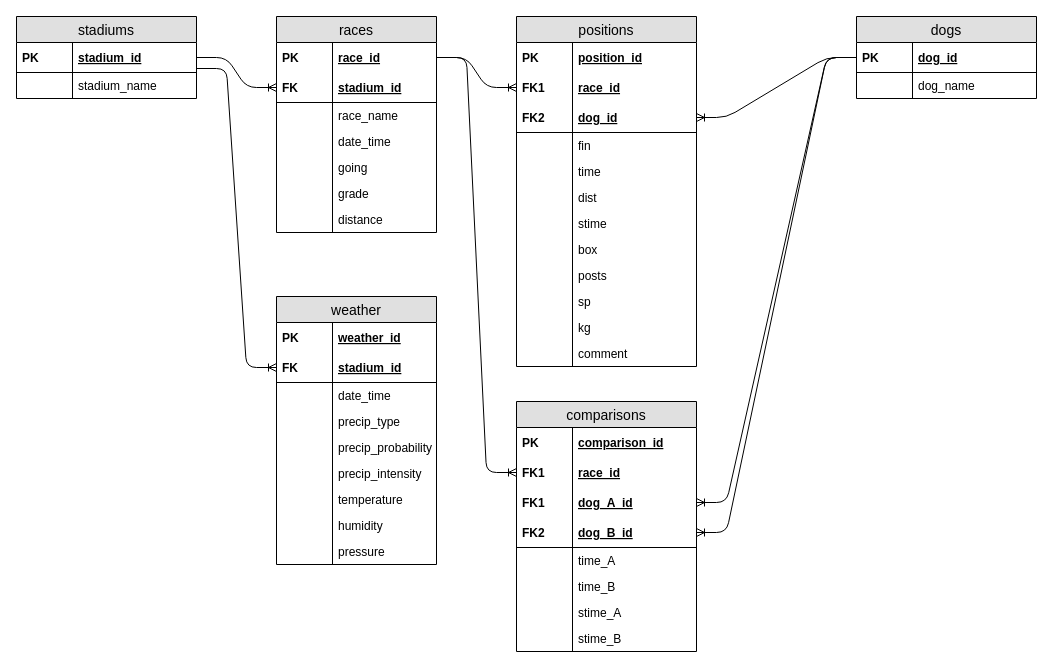
The draw.io diagram database/greyound.drawio in tonyjward/dogs, before the edit. Source tidied: cells renumbered, new cells numbered last; positions are measured from the earlier drawing's top-left corner, leaving out a move shared by most shapes. Both pictures are drawn from the tidied source at 100%, with x=0, y=0 at pixel (16, 16).
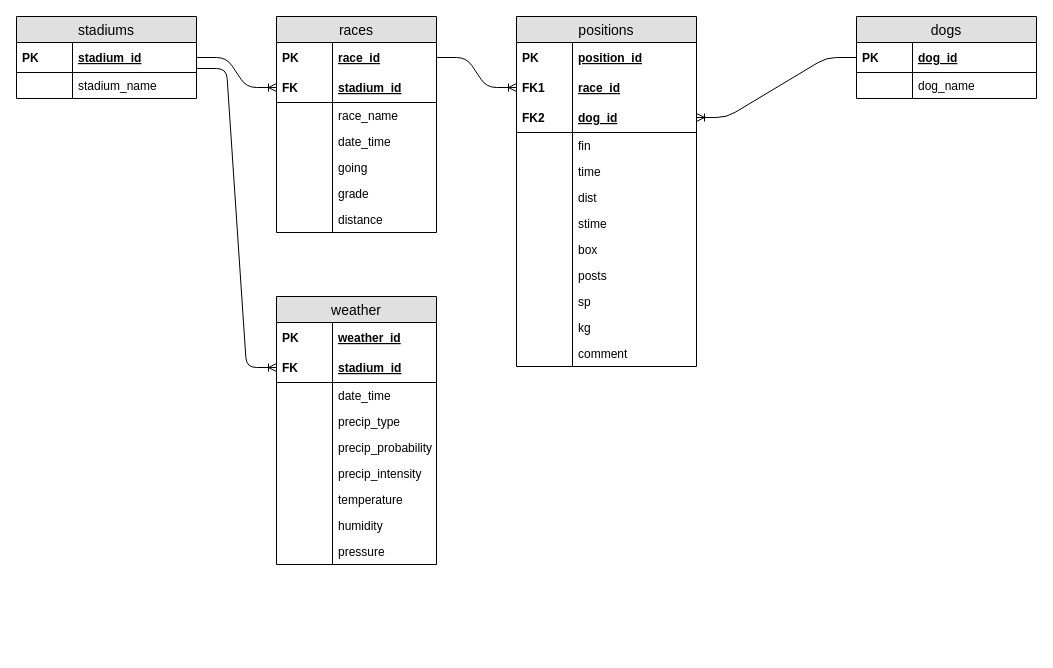
After the change.

Unchanged cells that the change refers to:
```xml
<mxCell id="11" value="dog_id" style="shape=partialRectangle;top=0;left=0;right=0;bottom=1;align=left;verticalAlign=middle;fillColor=none;spacingLeft=60;spacingRight=4;overflow=hidden;points=[[0,0.5],[1,0.5]];portConstraint=eastwest;fontStyle=5;fontSize=12;" parent="10" vertex="1">
  <mxGeometry y="26" width="180" height="30" as="geometry" />
</mxCell>
<mxCell id="21" value="race_id" style="shape=partialRectangle;top=0;left=0;right=0;bottom=0;align=left;verticalAlign=middle;fillColor=none;spacingLeft=60;spacingRight=4;overflow=hidden;points=[[0,0.5],[1,0.5]];portConstraint=eastwest;fontStyle=5;fontSize=12;" parent="20" vertex="1">
  <mxGeometry y="26" width="160" height="30" as="geometry" />
</mxCell>
```

The edit, as a diff of the source:
```diff
@@
-    <mxCell id="7" style="edgeStyle=entityRelationEdgeStyle;fontSize=12;html=1;endArrow=ERoneToMany;" parent="1" edge="1" source="21" target="63">
-      <mxGeometry relative="1" as="geometry" />
-    </mxCell>
-    <mxCell id="8" style="edgeStyle=entityRelationEdgeStyle;fontSize=12;html=1;endArrow=ERoneToMany;" parent="1" edge="1" source="11" target="65">
-      <mxGeometry relative="1" as="geometry" />
-    </mxCell>
-    <mxCell id="9" style="edgeStyle=entityRelationEdgeStyle;fontSize=12;html=1;endArrow=ERoneToMany;" parent="1" edge="1" source="11" target="67">
-      <mxGeometry relative="1" as="geometry" />
-    </mxCell>
@@
-    <mxCell id="60" value="comparisons" style="swimlane;fontStyle=0;horizontal=1;startSize=26;fillColor=#e0e0e0;swimlaneFillColor=#ffffff;align=center;fontSize=14;" parent="1" vertex="1">
-      <mxGeometry x="500" y="385" width="180" height="250" as="geometry" />
-    </mxCell>
-    <mxCell id="61" value="comparison_id" style="shape=partialRectangle;top=0;left=0;right=0;bottom=0;align=left;verticalAlign=middle;fillColor=none;spacingLeft=60;spacingRight=4;overflow=hidden;fontStyle=5;fontSize=12;" parent="60" vertex="1">
-      <mxGeometry y="26" width="180" height="30" as="geometry" />
-    </mxCell>
-    <mxCell id="62" value="PK" style="shape=partialRectangle;fontStyle=1;top=0;left=0;bottom=0;fillColor=none;align=left;verticalAlign=middle;spacingLeft=4;spacingRight=4;overflow=hidden;fontSize=12;" parent="61" vertex="1">
-      <mxGeometry width="56" height="30" as="geometry" />
-    </mxCell>
-    <mxCell id="63" value="race_id" style="shape=partialRectangle;top=0;left=0;right=0;bottom=0;align=left;verticalAlign=middle;fillColor=none;spacingLeft=60;spacingRight=4;overflow=hidden;points=[[0,0.5],[1,0.5]];portConstraint=eastwest;fontStyle=5;fontSize=12;" parent="60" vertex="1">
-      <mxGeometry y="56" width="180" height="30" as="geometry" />
-    </mxCell>
-    <mxCell id="64" value="FK1" style="shape=partialRectangle;fontStyle=1;top=0;left=0;bottom=0;fillColor=none;align=left;verticalAlign=middle;spacingLeft=4;spacingRight=4;overflow=hidden;fontSize=12;" parent="63" vertex="1">
-      <mxGeometry width="56" height="30" as="geometry" />
-    </mxCell>
-    <mxCell id="65" value="dog_A_id" style="shape=partialRectangle;top=0;left=0;right=0;bottom=0;align=left;verticalAlign=middle;fillColor=none;spacingLeft=60;spacingRight=4;overflow=hidden;points=[[0,0.5],[1,0.5]];portConstraint=eastwest;fontStyle=5;fontSize=12;" parent="60" vertex="1">
-      <mxGeometry y="86" width="180" height="30" as="geometry" />
-    </mxCell>
-    <mxCell id="66" value="FK1" style="shape=partialRectangle;fontStyle=1;top=0;left=0;bottom=0;fillColor=none;align=left;verticalAlign=middle;spacingLeft=4;spacingRight=4;overflow=hidden;fontSize=12;" parent="65" vertex="1">
-      <mxGeometry width="56" height="30" as="geometry" />
-    </mxCell>
-    <mxCell id="67" value="dog_B_id" style="shape=partialRectangle;top=0;left=0;right=0;bottom=1;align=left;verticalAlign=middle;fillColor=none;spacingLeft=60;spacingRight=4;overflow=hidden;points=[[0,0.5],[1,0.5]];portConstraint=eastwest;fontStyle=5;fontSize=12;" parent="60" vertex="1">
-      <mxGeometry y="116" width="180" height="30" as="geometry" />
-    </mxCell>
-    <mxCell id="68" value="FK2" style="shape=partialRectangle;fontStyle=1;top=0;left=0;bottom=0;fillColor=none;align=left;verticalAlign=middle;spacingLeft=4;spacingRight=4;overflow=hidden;fontSize=12;" parent="67" vertex="1">
-      <mxGeometry width="56" height="30" as="geometry" />
-    </mxCell>
-    <mxCell id="69" value="time_A" style="shape=partialRectangle;top=0;left=0;right=0;bottom=0;align=left;verticalAlign=top;fillColor=none;spacingLeft=60;spacingRight=4;overflow=hidden;fontSize=12;" parent="60" vertex="1">
-      <mxGeometry y="146" width="180" height="26" as="geometry" />
-    </mxCell>
-    <mxCell id="70" style="shape=partialRectangle;top=0;left=0;bottom=0;fillColor=none;align=left;verticalAlign=top;spacingLeft=4;spacingRight=4;overflow=hidden;fontSize=12;" parent="69" vertex="1">
-      <mxGeometry width="56" height="26" as="geometry" />
-    </mxCell>
-    <mxCell id="71" value="time_B" style="shape=partialRectangle;top=0;left=0;right=0;bottom=0;align=left;verticalAlign=top;fillColor=none;spacingLeft=60;spacingRight=4;overflow=hidden;fontSize=12;" parent="60" vertex="1">
-      <mxGeometry y="172" width="180" height="26" as="geometry" />
-    </mxCell>
-    <mxCell id="72" style="shape=partialRectangle;top=0;left=0;bottom=0;fillColor=none;align=left;verticalAlign=top;spacingLeft=4;spacingRight=4;overflow=hidden;fontSize=12;" parent="71" vertex="1">
-      <mxGeometry width="56" height="26" as="geometry" />
-    </mxCell>
-    <mxCell id="73" value="stime_A" style="shape=partialRectangle;top=0;left=0;right=0;bottom=0;align=left;verticalAlign=top;fillColor=none;spacingLeft=60;spacingRight=4;overflow=hidden;fontSize=12;" parent="60" vertex="1">
-      <mxGeometry y="198" width="180" height="26" as="geometry" />
-    </mxCell>
-    <mxCell id="74" style="shape=partialRectangle;top=0;left=0;bottom=0;fillColor=none;align=left;verticalAlign=top;spacingLeft=4;spacingRight=4;overflow=hidden;fontSize=12;" parent="73" vertex="1">
-      <mxGeometry width="56" height="26" as="geometry" />
-    </mxCell>
-    <mxCell id="75" value="stime_B" style="shape=partialRectangle;top=0;left=0;right=0;bottom=0;align=left;verticalAlign=top;fillColor=none;spacingLeft=60;spacingRight=4;overflow=hidden;fontSize=12;" parent="60" vertex="1">
-      <mxGeometry y="224" width="180" height="26" as="geometry" />
-    </mxCell>
-    <mxCell id="76" style="shape=partialRectangle;top=0;left=0;bottom=0;fillColor=none;align=left;verticalAlign=top;spacingLeft=4;spacingRight=4;overflow=hidden;fontSize=12;" parent="75" vertex="1">
-      <mxGeometry width="56" height="26" as="geometry" />
-    </mxCell>
```
